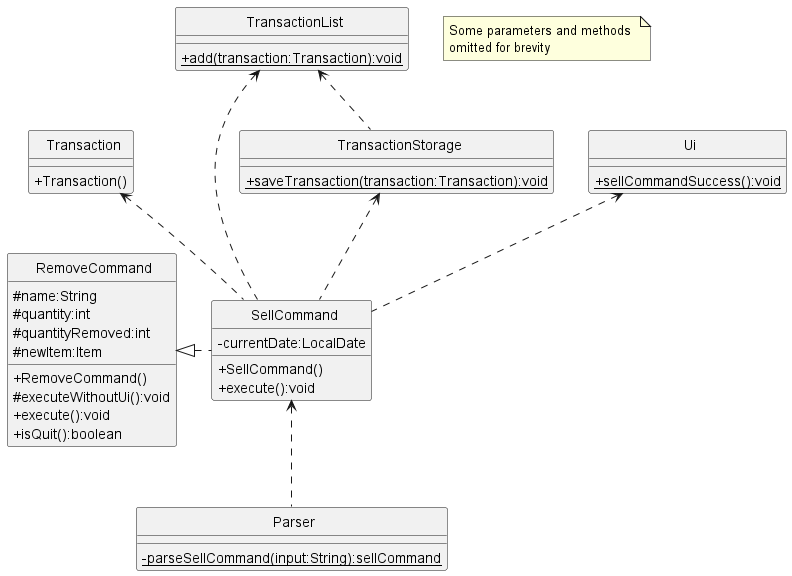
rismm/tp keeps this PlantUML diagram as docs/uml-diagrams/SellCommandClass.png. Above is the earlier version.
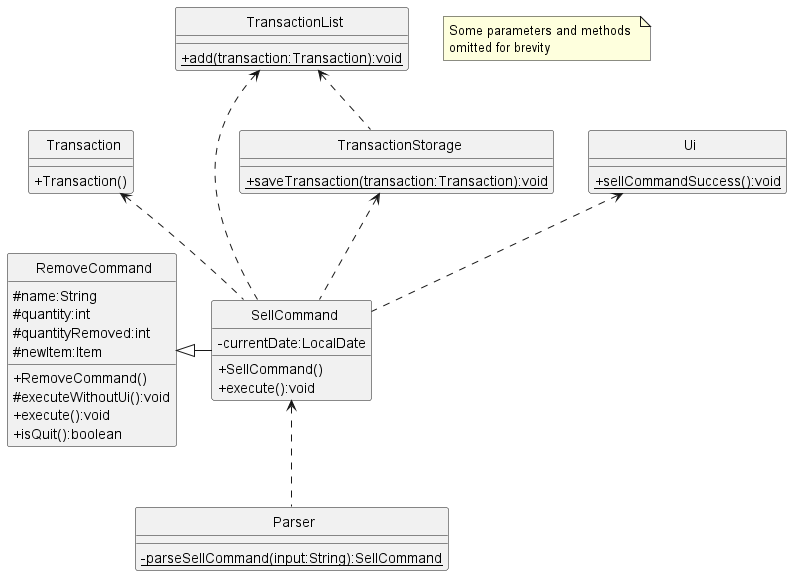
After the commit.

What changed in the source:
```diff
@@ -11,7 +11,7 @@
 class TransactionStorage
 class Ui
 
-RemoveCommand <|. SellCommand
+RemoveCommand <|- SellCommand
 Transaction <.. SellCommand
 Ui <.. SellCommand
 TransactionList <.. SellCommand
@@ -49,7 +49,7 @@
 }
 
 class Parser {
-    {static}-parseSellCommand(input:String):sellCommand
+    {static}-parseSellCommand(input:String):SellCommand
 }
 
 class TransactionStorage {
```
